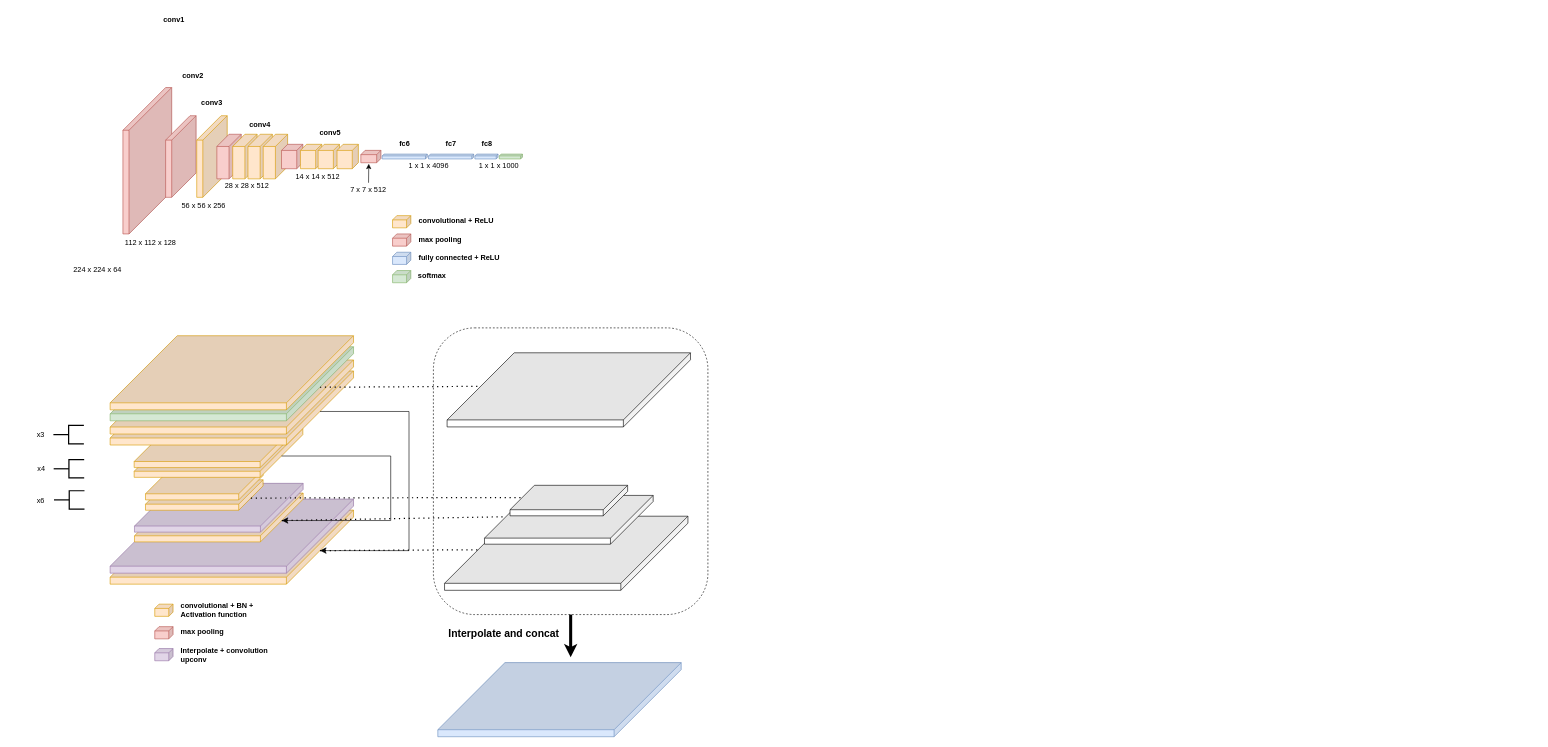
min86615/minmin keeps this draw.io diagram as OursNetworkArch.drawio. Above is the earlier version. Source tidied: cells renumbered, new cells numbered last; positions are measured from the earlier drawing's top-left corner, leaving out a move shared by most shapes. Both pictures are drawn from the tidied source at 61%, with x=0, y=0 at pixel (10, 10).
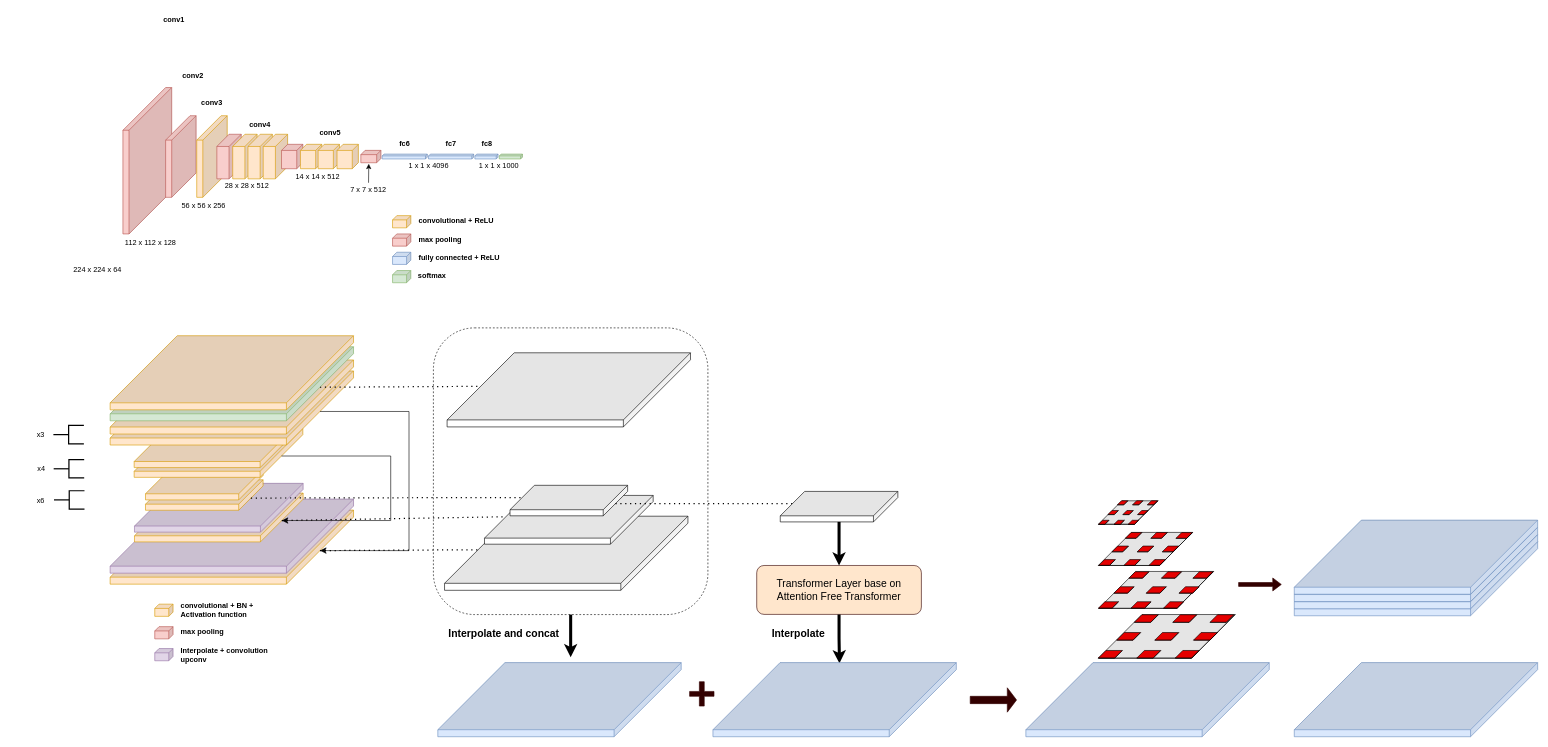
The same diagram, later.

The change refers to these unchanged cells:
```xml
<mxCell id="80" style="shape=cube;whiteSpace=wrap;html=1;boundedLbl=1;backgroundOutline=1;darkOpacity=0.05;darkOpacity2=0.1;size=40;direction=east;flipH=0;rotation=90;" parent="1" vertex="1">
  <mxGeometry x="890" y="706.7" width="50" height="192.8" as="geometry" />
</mxCell>
```

The edit, as a diff of the source:
```diff
@@
+    <mxCell id="87" style="endArrow=none;dashed=1;html=1;dashPattern=1 3;strokeWidth=2;rounded=0;exitX=0;exitY=0;exitDx=30;exitDy=20;exitPerimeter=0;entryX=0;entryY=0;entryDx=20;entryDy=172.75;entryPerimeter=0;" parent="1" edge="1" source="80" target="88">
+      <mxGeometry relative="1" as="geometry" />
+    </mxCell>
+    <mxCell id="88" style="shape=cube;whiteSpace=wrap;html=1;boundedLbl=1;backgroundOutline=1;darkOpacity=0.05;darkOpacity2=0.1;size=40;direction=east;flipH=0;rotation=90;" parent="1" vertex="1">
+      <mxGeometry x="1333" y="716.7" width="50" height="192.8" as="geometry" />
+    </mxCell>
+    <mxCell id="89" value="Transformer Layer base on Attention Free Transformer" style="rounded=1;whiteSpace=wrap;html=1;fontSize=17;fillColor=#ffe6cc;strokeColor=#330000;" parent="1" vertex="1">
+      <mxGeometry x="1223" y="909.5" width="270" height="80.2" as="geometry" />
+    </mxCell>
+    <mxCell id="90" style="edgeStyle=orthogonalEdgeStyle;rounded=0;jettySize=auto;html=1;fontSize=17;strokeWidth=5;entryX=0.5;entryY=0;entryDx=0;entryDy=0;" parent="1" edge="1" source="88" target="89">
+      <mxGeometry relative="1" as="geometry" />
+    </mxCell>
+    <mxCell id="91" style="edgeStyle=orthogonalEdgeStyle;rounded=0;jettySize=auto;html=1;fontSize=17;strokeWidth=5;entryX=0.01;entryY=0.48;entryDx=0;entryDy=0;entryPerimeter=0;exitX=0.5;exitY=1;exitDx=0;exitDy=0;" parent="1" edge="1" source="89" target="92">
+      <mxGeometry relative="1" as="geometry" />
+    </mxCell>
+    <mxCell id="92" style="shape=cube;whiteSpace=wrap;html=1;boundedLbl=1;backgroundOutline=1;darkOpacity=0.05;darkOpacity2=0.1;size=110;direction=east;flipH=0;rotation=90;fillColor=#dae8fc;strokeColor=#6c8ebf;" parent="1" vertex="1">
+      <mxGeometry x="1290" y="930" width="121.5" height="399" as="geometry" />
+    </mxCell>
+    <mxCell id="93" value="&lt;font style=&quot;font-size: 17px;&quot;&gt;Interpolate&lt;/font&gt;" style="text;html=1;strokeColor=none;fillColor=none;align=left;verticalAlign=middle;whiteSpace=wrap;rounded=0;fontStyle=1;" parent="1" vertex="1">
+      <mxGeometry x="1246" y="1009.8" width="116" height="23.9" as="geometry" />
+    </mxCell>
+    <mxCell id="94" style="shape=cross;whiteSpace=wrap;html=1;strokeColor=#330000;fontSize=17;fillColor=#330000;gradientColor=none;" parent="1" vertex="1">
+      <mxGeometry x="1113" y="1100" width="40" height="40" as="geometry" />
+    </mxCell>
+    <mxCell id="95" style="shape=singleArrow;whiteSpace=wrap;html=1;strokeColor=#330000;fontSize=17;fillColor=#330000;gradientColor=none;" parent="1" vertex="1">
+      <mxGeometry x="2013" y="930" width="70" height="21.2" as="geometry" />
+    </mxCell>
+    <mxCell id="96" style="shape=cube;whiteSpace=wrap;html=1;boundedLbl=1;backgroundOutline=1;darkOpacity=0.05;darkOpacity2=0.1;size=110;direction=east;flipH=0;rotation=90;fillColor=#dae8fc;strokeColor=#6c8ebf;" parent="1" vertex="1">
+      <mxGeometry x="1803" y="930" width="121.5" height="399" as="geometry" />
+    </mxCell>
+    <mxCell id="97" style="group;" parent="1" vertex="1">
+      <mxGeometry x="1783" y="990" width="224.4" height="71.5" as="geometry" />
+    </mxCell>
+    <mxCell id="98" style="shape=cube;whiteSpace=wrap;html=1;boundedLbl=1;backgroundOutline=1;darkOpacity=0.05;darkOpacity2=0.1;size=122;direction=east;flipH=0;rotation=90;" parent="97" vertex="1">
+      <mxGeometry x="76.5" y="-76.5" width="71.5" height="224.4" as="geometry" />
+    </mxCell>
+    <mxCell id="99" style="shape=cube;whiteSpace=wrap;html=1;boundedLbl=1;backgroundOutline=1;darkOpacity=0.05;darkOpacity2=0.1;size=122;direction=east;flipH=0;rotation=90;fillColor=#FF0000;" parent="97" vertex="1">
+      <mxGeometry x="72.5" y="-13.2" width="12.5" height="39.4" as="geometry" />
+    </mxCell>
+    <mxCell id="100" style="shape=cube;whiteSpace=wrap;html=1;boundedLbl=1;backgroundOutline=1;darkOpacity=0.05;darkOpacity2=0.1;size=122;direction=east;flipH=0;rotation=90;fillColor=#FF0000;" parent="97" vertex="1">
+      <mxGeometry x="196.5" y="-13.2" width="12.5" height="39.4" as="geometry" />
+    </mxCell>
+    <mxCell id="101" style="shape=cube;whiteSpace=wrap;html=1;boundedLbl=1;backgroundOutline=1;darkOpacity=0.05;darkOpacity2=0.1;size=13;direction=east;flipH=0;rotation=90;fillColor=#FF0000;" parent="97" vertex="1">
+      <mxGeometry x="13.5" y="45.4" width="12.5" height="39.4" as="geometry" />
+    </mxCell>
+    <mxCell id="102" style="shape=cube;whiteSpace=wrap;html=1;boundedLbl=1;backgroundOutline=1;darkOpacity=0.05;darkOpacity2=0.1;size=13;direction=east;flipH=0;rotation=90;fillColor=#FF0000;" parent="97" vertex="1">
+      <mxGeometry x="139.5" y="45.4" width="12.5" height="39.4" as="geometry" />
+    </mxCell>
+    <mxCell id="103" style="shape=cube;whiteSpace=wrap;html=1;boundedLbl=1;backgroundOutline=1;darkOpacity=0.05;darkOpacity2=0.1;size=13;direction=east;flipH=0;rotation=90;fillColor=#FF0000;" parent="97" vertex="1">
+      <mxGeometry x="76.5" y="45.4" width="12.5" height="39.4" as="geometry" />
+    </mxCell>
+    <mxCell id="104" style="shape=cube;whiteSpace=wrap;html=1;boundedLbl=1;backgroundOutline=1;darkOpacity=0.05;darkOpacity2=0.1;size=13;direction=east;flipH=0;rotation=90;fillColor=#FF0000;" parent="97" vertex="1">
+      <mxGeometry x="135.5" y="-13.2" width="12.5" height="39.4" as="geometry" />
+    </mxCell>
+    <mxCell id="105" style="shape=cube;whiteSpace=wrap;html=1;boundedLbl=1;backgroundOutline=1;darkOpacity=0.05;darkOpacity2=0.1;size=13;direction=east;flipH=0;rotation=90;fillColor=#FF0000;" parent="97" vertex="1">
+      <mxGeometry x="43.5" y="16" width="12.5" height="39.4" as="geometry" />
+    </mxCell>
+    <mxCell id="106" style="shape=cube;whiteSpace=wrap;html=1;boundedLbl=1;backgroundOutline=1;darkOpacity=0.05;darkOpacity2=0.1;size=13;direction=east;flipH=0;rotation=90;fillColor=#FF0000;" parent="97" vertex="1">
+      <mxGeometry x="169.5" y="16" width="12.5" height="39.4" as="geometry" />
+    </mxCell>
+    <mxCell id="107" style="shape=cube;whiteSpace=wrap;html=1;boundedLbl=1;backgroundOutline=1;darkOpacity=0.05;darkOpacity2=0.1;size=13;direction=east;flipH=0;rotation=90;fillColor=#FF0000;" parent="97" vertex="1">
+      <mxGeometry x="106" y="16" width="12.5" height="39.4" as="geometry" />
+    </mxCell>
+    <mxCell id="108" style="group;" parent="1" vertex="1">
+      <mxGeometry x="1783" y="919.6" width="190" height="60" as="geometry" />
+    </mxCell>
+    <mxCell id="109" style="shape=cube;whiteSpace=wrap;html=1;boundedLbl=1;backgroundOutline=1;darkOpacity=0.05;darkOpacity2=0.1;size=122;direction=east;flipH=0;rotation=90;" parent="108" vertex="1">
+      <mxGeometry x="64.7" y="-64.2" width="60.5" height="188.3" as="geometry" />
+    </mxCell>
+    <mxCell id="110" style="shape=cube;whiteSpace=wrap;html=1;boundedLbl=1;backgroundOutline=1;darkOpacity=0.05;darkOpacity2=0.1;size=122;direction=east;flipH=0;rotation=90;fillColor=#FF0000;" parent="108" vertex="1">
+      <mxGeometry x="61.3" y="-11.1" width="10.6" height="33.1" as="geometry" />
+    </mxCell>
+    <mxCell id="111" style="shape=cube;whiteSpace=wrap;html=1;boundedLbl=1;backgroundOutline=1;darkOpacity=0.05;darkOpacity2=0.1;size=122;direction=east;flipH=0;rotation=90;fillColor=#FF0000;" parent="108" vertex="1">
+      <mxGeometry x="166.3" y="-11.1" width="10.6" height="33.1" as="geometry" />
+    </mxCell>
+    <mxCell id="112" style="shape=cube;whiteSpace=wrap;html=1;boundedLbl=1;backgroundOutline=1;darkOpacity=0.05;darkOpacity2=0.1;size=13;direction=east;flipH=0;rotation=90;fillColor=#FF0000;" parent="108" vertex="1">
+      <mxGeometry x="11.4" y="38.1" width="10.6" height="33.1" as="geometry" />
+    </mxCell>
+    <mxCell id="113" style="shape=cube;whiteSpace=wrap;html=1;boundedLbl=1;backgroundOutline=1;darkOpacity=0.05;darkOpacity2=0.1;size=13;direction=east;flipH=0;rotation=90;fillColor=#FF0000;" parent="108" vertex="1">
+      <mxGeometry x="118.1" y="38.1" width="10.6" height="33.1" as="geometry" />
+    </mxCell>
+    <mxCell id="114" style="shape=cube;whiteSpace=wrap;html=1;boundedLbl=1;backgroundOutline=1;darkOpacity=0.05;darkOpacity2=0.1;size=13;direction=east;flipH=0;rotation=90;fillColor=#FF0000;" parent="108" vertex="1">
+      <mxGeometry x="64.7" y="38.1" width="10.6" height="33.1" as="geometry" />
+    </mxCell>
+    <mxCell id="115" style="shape=cube;whiteSpace=wrap;html=1;boundedLbl=1;backgroundOutline=1;darkOpacity=0.05;darkOpacity2=0.1;size=13;direction=east;flipH=0;rotation=90;fillColor=#FF0000;" parent="108" vertex="1">
+      <mxGeometry x="114.7" y="-11.1" width="10.6" height="33.1" as="geometry" />
+    </mxCell>
+    <mxCell id="116" style="shape=cube;whiteSpace=wrap;html=1;boundedLbl=1;backgroundOutline=1;darkOpacity=0.05;darkOpacity2=0.1;size=13;direction=east;flipH=0;rotation=90;fillColor=#FF0000;" parent="108" vertex="1">
+      <mxGeometry x="36.8" y="13.5" width="10.6" height="33.1" as="geometry" />
+    </mxCell>
+    <mxCell id="117" style="shape=cube;whiteSpace=wrap;html=1;boundedLbl=1;backgroundOutline=1;darkOpacity=0.05;darkOpacity2=0.1;size=13;direction=east;flipH=0;rotation=90;fillColor=#FF0000;" parent="108" vertex="1">
+      <mxGeometry x="143.5" y="13.5" width="10.6" height="33.1" as="geometry" />
+    </mxCell>
+    <mxCell id="118" style="shape=cube;whiteSpace=wrap;html=1;boundedLbl=1;backgroundOutline=1;darkOpacity=0.05;darkOpacity2=0.1;size=13;direction=east;flipH=0;rotation=90;fillColor=#FF0000;" parent="108" vertex="1">
+      <mxGeometry x="89.7" y="13.5" width="10.6" height="33.1" as="geometry" />
+    </mxCell>
+    <mxCell id="119" style="group;" parent="1" vertex="1">
+      <mxGeometry x="1783" y="855.3" width="154.6" height="54.2" as="geometry" />
+    </mxCell>
+    <mxCell id="120" style="shape=cube;whiteSpace=wrap;html=1;boundedLbl=1;backgroundOutline=1;darkOpacity=0.05;darkOpacity2=0.1;size=122;direction=east;flipH=0;rotation=90;" parent="119" vertex="1">
+      <mxGeometry x="50.2" y="-50.2" width="54.2" height="154.6" as="geometry" />
+    </mxCell>
+    <mxCell id="121" style="shape=cube;whiteSpace=wrap;html=1;boundedLbl=1;backgroundOutline=1;darkOpacity=0.05;darkOpacity2=0.1;size=122;direction=east;flipH=0;rotation=90;fillColor=#FF0000;" parent="119" vertex="1">
+      <mxGeometry x="53.2" y="-8.7" width="9.5" height="27.2" as="geometry" />
+    </mxCell>
+    <mxCell id="122" style="shape=cube;whiteSpace=wrap;html=1;boundedLbl=1;backgroundOutline=1;darkOpacity=0.05;darkOpacity2=0.1;size=122;direction=east;flipH=0;rotation=90;fillColor=#FF0000;" parent="119" vertex="1">
+      <mxGeometry x="136.1" y="-8.6" width="9.5" height="27.2" as="geometry" />
+    </mxCell>
+    <mxCell id="123" style="shape=cube;whiteSpace=wrap;html=1;boundedLbl=1;backgroundOutline=1;darkOpacity=0.05;darkOpacity2=0.1;size=13;direction=east;flipH=0;rotation=90;fillColor=#FF0000;" parent="119" vertex="1">
+      <mxGeometry x="9.6" y="35.7" width="9.5" height="27.2" as="geometry" />
+    </mxCell>
+    <mxCell id="124" style="shape=cube;whiteSpace=wrap;html=1;boundedLbl=1;backgroundOutline=1;darkOpacity=0.05;darkOpacity2=0.1;size=13;direction=east;flipH=0;rotation=90;fillColor=#FF0000;" parent="119" vertex="1">
+      <mxGeometry x="91.9" y="35.7" width="9.5" height="27.2" as="geometry" />
+    </mxCell>
+    <mxCell id="125" style="shape=cube;whiteSpace=wrap;html=1;boundedLbl=1;backgroundOutline=1;darkOpacity=0.05;darkOpacity2=0.1;size=13;direction=east;flipH=0;rotation=90;fillColor=#FF0000;" parent="119" vertex="1">
+      <mxGeometry x="50.8" y="35.7" width="9.5" height="27.2" as="geometry" />
+    </mxCell>
+    <mxCell id="126" style="shape=cube;whiteSpace=wrap;html=1;boundedLbl=1;backgroundOutline=1;darkOpacity=0.05;darkOpacity2=0.1;size=13;direction=east;flipH=0;rotation=90;fillColor=#FF0000;" parent="119" vertex="1">
+      <mxGeometry x="94.9" y="-8.7" width="9.5" height="27.2" as="geometry" />
+    </mxCell>
+    <mxCell id="127" style="shape=cube;whiteSpace=wrap;html=1;boundedLbl=1;backgroundOutline=1;darkOpacity=0.05;darkOpacity2=0.1;size=13;direction=east;flipH=0;rotation=90;fillColor=#FF0000;" parent="119" vertex="1">
+      <mxGeometry x="31.2" y="13.5" width="9.5" height="27.2" as="geometry" />
+    </mxCell>
+    <mxCell id="128" style="shape=cube;whiteSpace=wrap;html=1;boundedLbl=1;backgroundOutline=1;darkOpacity=0.05;darkOpacity2=0.1;size=13;direction=east;flipH=0;rotation=90;fillColor=#FF0000;" parent="119" vertex="1">
+      <mxGeometry x="113.7" y="13.5" width="9.5" height="27.2" as="geometry" />
+    </mxCell>
+    <mxCell id="129" style="shape=cube;whiteSpace=wrap;html=1;boundedLbl=1;backgroundOutline=1;darkOpacity=0.05;darkOpacity2=0.1;size=13;direction=east;flipH=0;rotation=90;fillColor=#FF0000;" parent="119" vertex="1">
+      <mxGeometry x="72.6" y="13.5" width="9.5" height="27.2" as="geometry" />
+    </mxCell>
+    <mxCell id="130" style="group;" parent="1" vertex="1">
+      <mxGeometry x="1783" y="803.4" width="97.5" height="38.7" as="geometry" />
+    </mxCell>
+    <mxCell id="131" style="shape=cube;whiteSpace=wrap;html=1;boundedLbl=1;backgroundOutline=1;darkOpacity=0.05;darkOpacity2=0.1;size=122;direction=east;flipH=0;rotation=90;" parent="130" vertex="1">
+      <mxGeometry x="29.5" y="-29.4" width="38.5" height="97.5" as="geometry" />
+    </mxCell>
+    <mxCell id="132" style="shape=cube;whiteSpace=wrap;html=1;boundedLbl=1;backgroundOutline=1;darkOpacity=0.05;darkOpacity2=0.1;size=122;direction=east;flipH=0;rotation=90;fillColor=#FF0000;" parent="130" vertex="1">
+      <mxGeometry x="36.6" y="-5.2" width="6.7" height="17.1" as="geometry" />
+    </mxCell>
+    <mxCell id="133" style="shape=cube;whiteSpace=wrap;html=1;boundedLbl=1;backgroundOutline=1;darkOpacity=0.05;darkOpacity2=0.1;size=122;direction=east;flipH=0;rotation=90;fillColor=#FF0000;" parent="130" vertex="1">
+      <mxGeometry x="85.6" y="-5.2" width="6.7" height="17.1" as="geometry" />
+    </mxCell>
+    <mxCell id="134" style="shape=cube;whiteSpace=wrap;html=1;boundedLbl=1;backgroundOutline=1;darkOpacity=0.05;darkOpacity2=0.1;size=13;direction=east;flipH=0;rotation=90;fillColor=#FF0000;" parent="130" vertex="1">
+      <mxGeometry x="5.6" y="26.8" width="6.7" height="17.1" as="geometry" />
+    </mxCell>
+    <mxCell id="135" style="shape=cube;whiteSpace=wrap;html=1;boundedLbl=1;backgroundOutline=1;darkOpacity=0.05;darkOpacity2=0.1;size=13;direction=east;flipH=0;rotation=90;fillColor=#FF0000;" parent="130" vertex="1">
+      <mxGeometry x="54.1" y="26.8" width="6.7" height="17.1" as="geometry" />
+    </mxCell>
+    <mxCell id="136" style="shape=cube;whiteSpace=wrap;html=1;boundedLbl=1;backgroundOutline=1;darkOpacity=0.05;darkOpacity2=0.1;size=13;direction=east;flipH=0;rotation=90;fillColor=#FF0000;" parent="130" vertex="1">
+      <mxGeometry x="30.9" y="26.8" width="6.7" height="17.1" as="geometry" />
+    </mxCell>
+    <mxCell id="137" style="shape=cube;whiteSpace=wrap;html=1;boundedLbl=1;backgroundOutline=1;darkOpacity=0.05;darkOpacity2=0.1;size=13;direction=east;flipH=0;rotation=90;fillColor=#FF0000;" parent="130" vertex="1">
+      <mxGeometry x="61.3" y="-5.2" width="6.7" height="17.1" as="geometry" />
+    </mxCell>
+    <mxCell id="138" style="shape=cube;whiteSpace=wrap;html=1;boundedLbl=1;backgroundOutline=1;darkOpacity=0.05;darkOpacity2=0.1;size=13;direction=east;flipH=0;rotation=90;fillColor=#FF0000;" parent="130" vertex="1">
+      <mxGeometry x="21" y="10.8" width="6.7" height="17.1" as="geometry" />
+    </mxCell>
+    <mxCell id="139" style="shape=cube;whiteSpace=wrap;html=1;boundedLbl=1;backgroundOutline=1;darkOpacity=0.05;darkOpacity2=0.1;size=13;direction=east;flipH=0;rotation=90;fillColor=#FF0000;" parent="130" vertex="1">
+      <mxGeometry x="69.6" y="10.8" width="6.7" height="17.1" as="geometry" />
+    </mxCell>
+    <mxCell id="140" style="shape=cube;whiteSpace=wrap;html=1;boundedLbl=1;backgroundOutline=1;darkOpacity=0.05;darkOpacity2=0.1;size=13;direction=east;flipH=0;rotation=90;fillColor=#FF0000;" parent="130" vertex="1">
+      <mxGeometry x="45.4" y="10.8" width="6.7" height="17.1" as="geometry" />
+    </mxCell>
+    <mxCell id="141" style="shape=cube;whiteSpace=wrap;html=1;boundedLbl=1;backgroundOutline=1;darkOpacity=0.05;darkOpacity2=0.1;size=110;direction=east;flipH=0;rotation=90;fillColor=#dae8fc;strokeColor=#6c8ebf;" parent="1" vertex="1">
+      <mxGeometry x="2243" y="930" width="121.5" height="399" as="geometry" />
+    </mxCell>
+    <mxCell id="142" style="shape=cube;whiteSpace=wrap;html=1;boundedLbl=1;backgroundOutline=1;darkOpacity=0.05;darkOpacity2=0.1;size=110;direction=east;flipH=0;rotation=90;fillColor=#dae8fc;strokeColor=#6c8ebf;" parent="1" vertex="1">
+      <mxGeometry x="2243" y="731.7" width="121.5" height="399" as="geometry" />
+    </mxCell>
+    <mxCell id="143" style="shape=cube;whiteSpace=wrap;html=1;boundedLbl=1;backgroundOutline=1;darkOpacity=0.05;darkOpacity2=0.1;size=110;direction=east;flipH=0;rotation=90;fillColor=#dae8fc;strokeColor=#6c8ebf;" parent="1" vertex="1">
+      <mxGeometry x="2243" y="720.2" width="121.5" height="399" as="geometry" />
+    </mxCell>
+    <mxCell id="144" style="shape=cube;whiteSpace=wrap;html=1;boundedLbl=1;backgroundOutline=1;darkOpacity=0.05;darkOpacity2=0.1;size=110;direction=east;flipH=0;rotation=90;fillColor=#dae8fc;strokeColor=#6c8ebf;" parent="1" vertex="1">
+      <mxGeometry x="2243" y="708.4" width="121.5" height="399" as="geometry" />
+    </mxCell>
+    <mxCell id="145" style="shape=cube;whiteSpace=wrap;html=1;boundedLbl=1;backgroundOutline=1;darkOpacity=0.05;darkOpacity2=0.1;size=110;direction=east;flipH=0;rotation=90;fillColor=#dae8fc;strokeColor=#6c8ebf;" parent="1" vertex="1">
+      <mxGeometry x="2243" y="696.4" width="121.5" height="399" as="geometry" />
+    </mxCell>
+    <mxCell id="146" style="shape=singleArrow;whiteSpace=wrap;html=1;strokeColor=#330000;fontSize=17;fillColor=#330000;gradientColor=none;" parent="1" vertex="1">
+      <mxGeometry x="1573" y="1110" width="76" height="40" as="geometry" />
+    </mxCell>
```
